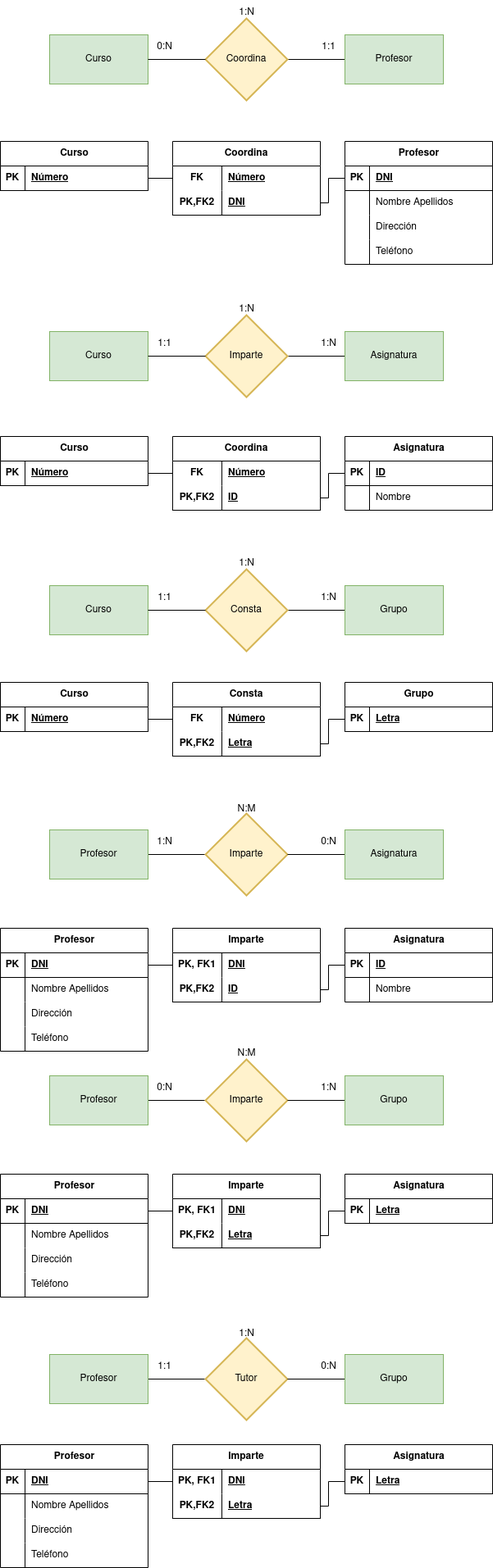
GermanOjeda/base-datos keeps this draw.io diagram as tareas 1/Ejercicio calificable docente (MR-2).drawio.png. Above is the earlier version. Source tidied: cells renumbered, new cells last; positions are measured from the earlier drawing's top-left corner, leaving out a move shared by most shapes.
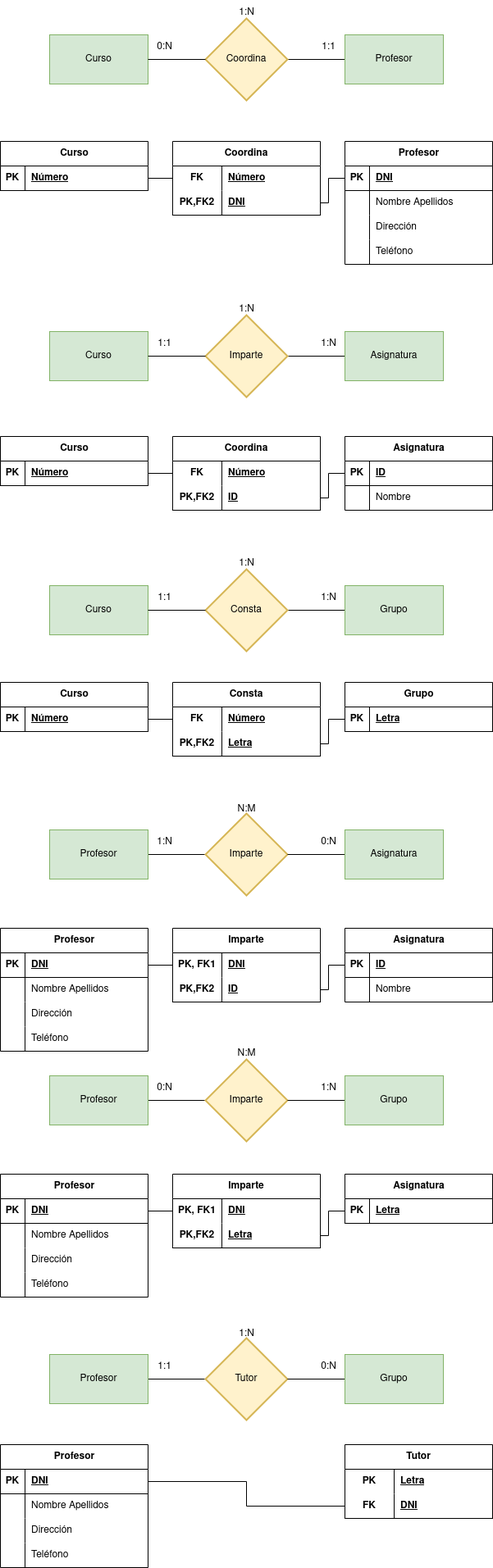
After the commit.

Change to the diagram source:
```diff
@@ -553,44 +553,29 @@
     <mxCell id="183" value="Teléfono" style="shape=partialRectangle;fillColor=none;top=0;left=0;bottom=0;right=0;align=left;spacingLeft=6;overflow=hidden;whiteSpace=wrap;html=1;" parent="181" vertex="1">
       <mxGeometry x="30" width="150" height="30" as="geometry" />
     </mxCell>
-    <mxCell id="184" value="Asignatura" style="shape=table;startSize=30;rowLines=0;fontStyle=1;align=center;html=1;" parent="1" vertex="1">
-      <mxGeometry x="420" y="1762" width="180" height="60" as="geometry" />
-    </mxCell>
-    <mxCell id="185" style="shape=tableRow;horizontal=0;startSize=0;swimlaneHead=0;swimlaneBody=0;fillColor=none;points=[[0,0.5],[1,0.5]];portConstraint=eastwest;top=0;left=0;right=0;bottom=1;" parent="184" vertex="1">
-      <mxGeometry y="30" width="180" height="30" as="geometry" />
-    </mxCell>
-    <mxCell id="186" value="PK" style="shape=partialRectangle;fillColor=none;top=0;left=0;bottom=0;right=0;fontStyle=1;overflow=hidden;whiteSpace=wrap;html=1;" parent="185" vertex="1">
-      <mxGeometry width="30" height="30" as="geometry" />
-    </mxCell>
-    <mxCell id="187" value="Letra" style="shape=partialRectangle;fillColor=none;top=0;left=0;bottom=0;right=0;align=left;spacingLeft=6;fontStyle=5;overflow=hidden;whiteSpace=wrap;html=1;" parent="185" vertex="1">
-      <mxGeometry x="30" width="150" height="30" as="geometry" />
-    </mxCell>
-    <mxCell id="188" value="Imparte" style="shape=table;startSize=30;rowLines=0;fontStyle=1;align=center;html=1;whiteSpace=wrap;" parent="1" vertex="1">
-      <mxGeometry x="210" y="1762" width="180" height="90" as="geometry" />
+    <mxCell id="188" value="Tutor" style="shape=table;startSize=30;rowLines=0;fontStyle=1;align=center;html=1;whiteSpace=wrap;" parent="1" vertex="1">
+      <mxGeometry x="420" y="1762" width="180" height="90" as="geometry" />
     </mxCell>
     <mxCell id="189" style="shape=tableRow;horizontal=0;startSize=0;swimlaneHead=0;swimlaneBody=0;fillColor=none;points=[[0,0.5],[1,0.5]];portConstraint=eastwest;top=0;left=0;right=0;bottom=0;html=1;" parent="188" vertex="1">
       <mxGeometry y="30" width="180" height="30" as="geometry" />
     </mxCell>
-    <mxCell id="190" value="PK, FK1" style="shape=partialRectangle;fillColor=none;top=0;left=0;bottom=0;right=0;fontStyle=1;overflow=hidden;html=1;whiteSpace=wrap;" parent="189" vertex="1">
+    <mxCell id="190" value="PK" style="shape=partialRectangle;fillColor=none;top=0;left=0;bottom=0;right=0;fontStyle=1;overflow=hidden;html=1;whiteSpace=wrap;" parent="189" vertex="1">
       <mxGeometry width="60" height="30" as="geometry" />
     </mxCell>
-    <mxCell id="191" value="DNI" style="shape=partialRectangle;fillColor=none;top=0;left=0;bottom=0;right=0;align=left;spacingLeft=6;fontStyle=5;overflow=hidden;html=1;whiteSpace=wrap;" parent="189" vertex="1">
+    <mxCell id="191" value="Letra" style="shape=partialRectangle;fillColor=none;top=0;left=0;bottom=0;right=0;align=left;spacingLeft=6;fontStyle=5;overflow=hidden;html=1;whiteSpace=wrap;" parent="189" vertex="1">
       <mxGeometry x="60" width="120" height="30" as="geometry" />
     </mxCell>
     <mxCell id="192" style="shape=tableRow;horizontal=0;startSize=0;swimlaneHead=0;swimlaneBody=0;fillColor=none;points=[[0,0.5],[1,0.5]];portConstraint=eastwest;top=0;left=0;right=0;bottom=1;html=1;" parent="188" vertex="1">
       <mxGeometry y="60" width="180" height="30" as="geometry" />
     </mxCell>
-    <mxCell id="193" value="PK,FK2" style="shape=partialRectangle;fillColor=none;top=0;left=0;bottom=0;right=0;fontStyle=1;overflow=hidden;html=1;whiteSpace=wrap;" parent="192" vertex="1">
+    <mxCell id="193" value="FK" style="shape=partialRectangle;fillColor=none;top=0;left=0;bottom=0;right=0;fontStyle=1;overflow=hidden;html=1;whiteSpace=wrap;" parent="192" vertex="1">
       <mxGeometry width="60" height="30" as="geometry" />
     </mxCell>
-    <mxCell id="194" value="Letra" style="shape=partialRectangle;fillColor=none;top=0;left=0;bottom=0;right=0;align=left;spacingLeft=6;fontStyle=5;overflow=hidden;html=1;whiteSpace=wrap;" parent="192" vertex="1">
+    <mxCell id="194" value="DNI" style="shape=partialRectangle;fillColor=none;top=0;left=0;bottom=0;right=0;align=left;spacingLeft=6;fontStyle=5;overflow=hidden;html=1;whiteSpace=wrap;" parent="192" vertex="1">
       <mxGeometry x="60" width="120" height="30" as="geometry" />
     </mxCell>
-    <mxCell id="195" style="edgeStyle=orthogonalEdgeStyle;rounded=0;jettySize=auto;html=1;exitX=1;exitY=0.5;exitDx=0;exitDy=0;entryX=0;entryY=0.5;entryDx=0;entryDy=0;endArrow=none;endFill=0;" parent="1" edge="1" source="172" target="189">
-      <mxGeometry relative="1" as="geometry" />
-    </mxCell>
-    <mxCell id="196" style="edgeStyle=orthogonalEdgeStyle;rounded=0;jettySize=auto;html=1;exitX=0;exitY=0.5;exitDx=0;exitDy=0;entryX=1;entryY=0.5;entryDx=0;entryDy=0;endArrow=none;endFill=0;" parent="1" edge="1" source="185" target="192">
-      <mxGeometry relative="1" as="geometry" />
-    </mxCell>
+    <mxCell id="197" style="edgeStyle=orthogonalEdgeStyle;rounded=0;jettySize=auto;html=1;exitX=1;exitY=0.5;exitDx=0;exitDy=0;entryX=0;entryY=0.5;entryDx=0;entryDy=0;strokeColor=#030303;endArrow=none;endFill=0;" parent="1" edge="1" source="172" target="192">
+      <mxGeometry relative="1" as="geometry" />
+    </mxCell>
   </root>
 </mxGraphModel>
```
